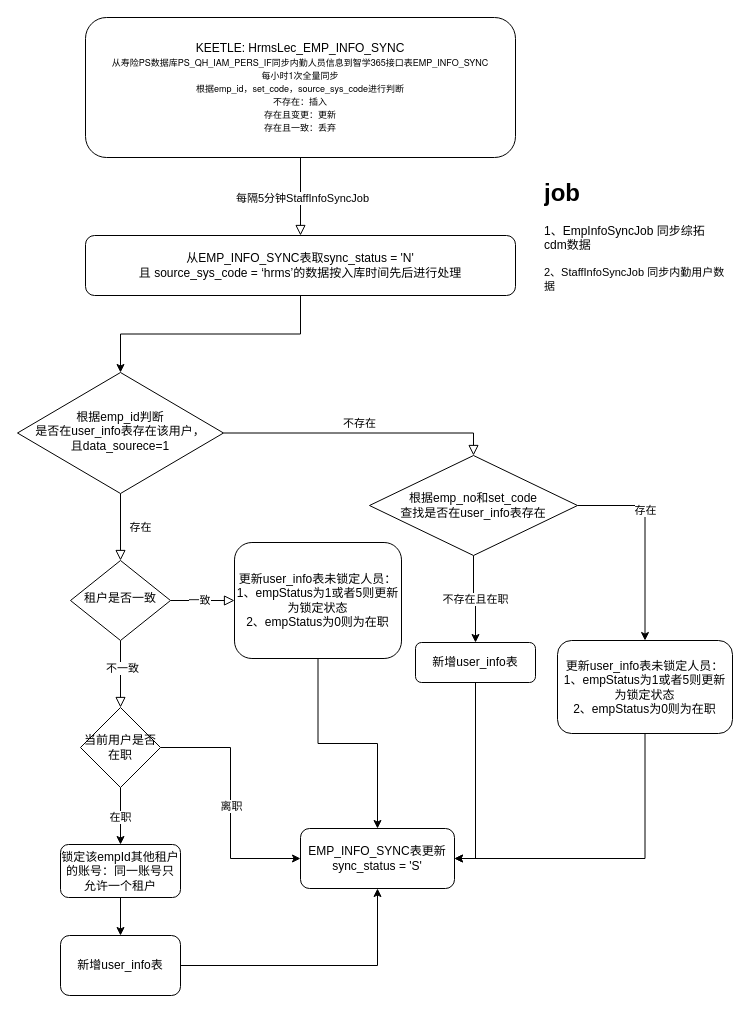
This is page "员工hrms同步流程" (1 of 2) of 人员信息同步.drawio from rainerpiao/cloud-computing, a draw.io file, before an edit. Source tidied: cells renumbered, new cells numbered last; positions are measured from the earlier drawing's top-left corner, leaving out a move shared by most shapes. Both pictures are drawn from the tidied source at 100%, with x=0, y=0 at pixel (17, 17).
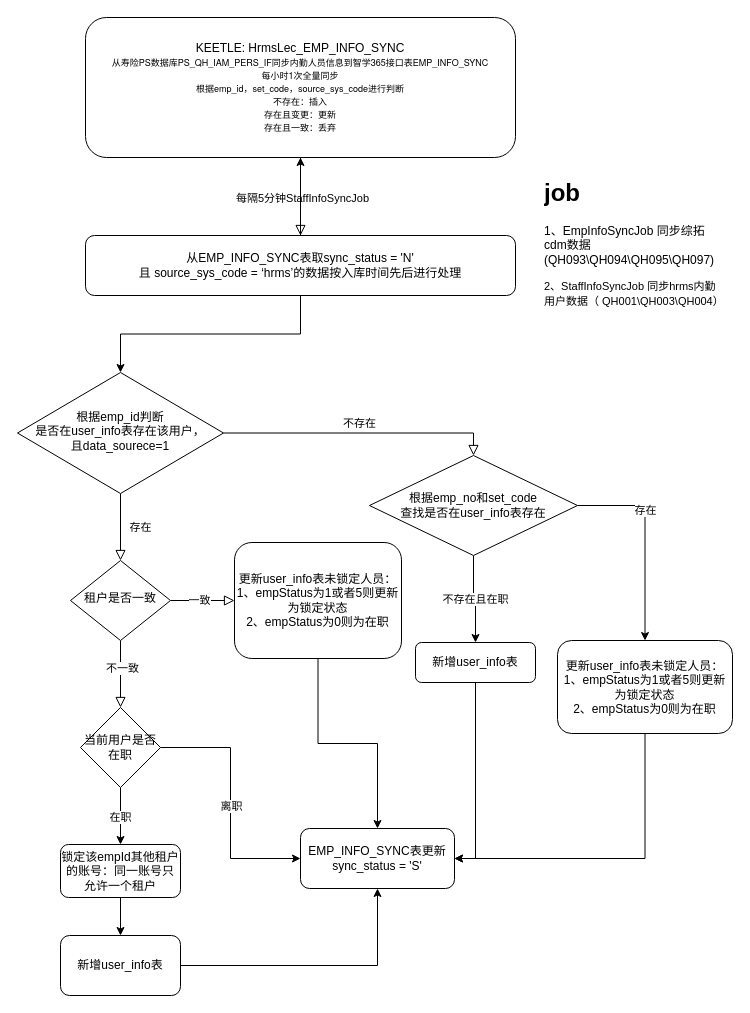
The same diagram, later.

Commit message:
Update 人员信息同步.drawio

Unchanged cells that the change refers to:
```xml
<mxCell id="4" value="KEETLE: HrmsLec_EMP_INFO_SYNC&lt;br&gt;&lt;p class=&quot;p1&quot; style=&quot;margin: 0px ; font-stretch: normal ; font-size: 9px ; line-height: normal ; font-family: &amp;#34;helvetica neue&amp;#34;&quot;&gt;从寿险PS数据库PS_QH_IAM_PERS_IF同步内勤人员信息到智学365接口表EMP_INFO_SYNC&lt;/p&gt;&lt;p class=&quot;p1&quot; style=&quot;margin: 0px ; font-stretch: normal ; font-size: 9px ; line-height: normal ; font-family: &amp;#34;helvetica neue&amp;#34;&quot;&gt;每小时1次全量同步&lt;/p&gt;&lt;p class=&quot;p1&quot; style=&quot;margin: 0px ; font-stretch: normal ; font-size: 9px ; line-height: normal ; font-family: &amp;#34;helvetica neue&amp;#34;&quot;&gt;根据emp_id，set_code，source_sys_code进行判断&lt;/p&gt;&lt;p class=&quot;p1&quot; style=&quot;margin: 0px ; font-stretch: normal ; font-size: 9px ; line-height: normal ; font-family: &amp;#34;helvetica neue&amp;#34;&quot;&gt;不存在：插入&lt;/p&gt;&lt;p class=&quot;p1&quot; style=&quot;margin: 0px ; font-stretch: normal ; font-size: 9px ; line-height: normal ; font-family: &amp;#34;helvetica neue&amp;#34;&quot;&gt;存在且变更：更新&lt;/p&gt;&lt;p class=&quot;p1&quot; style=&quot;margin: 0px ; font-stretch: normal ; font-size: 9px ; line-height: normal ; font-family: &amp;#34;helvetica neue&amp;#34;&quot;&gt;存在且一致：丢弃&lt;/p&gt;" style="rounded=1;whiteSpace=wrap;html=1;fontSize=12;glass=0;strokeWidth=1;shadow=0;" parent="1" vertex="1">
  <mxGeometry x="68" width="430" height="140" as="geometry" />
</mxCell>
<mxCell id="19" value="从EMP_INFO_SYNC表取sync_status = 'N' &lt;br&gt;且 source_sys_code = ‘hrms’的数据按入库时间先后进行处理" style="rounded=1;whiteSpace=wrap;html=1;" parent="1" vertex="1">
  <mxGeometry x="68" y="218" width="430" height="60" as="geometry" />
</mxCell>
```

The edit, as a diff of the source:
```diff
@@
+    <mxCell id="36" style="edgeStyle=orthogonalEdgeStyle;rounded=0;jettySize=auto;html=1;" parent="1" edge="1" source="19" target="4">
+      <mxGeometry relative="1" as="geometry" />
+    </mxCell>
@@
-    <mxCell id="35" value="&lt;h1&gt;job&lt;/h1&gt;&lt;p&gt;1、EmpInfoSyncJob 同步综拓cdm数据&lt;/p&gt;&lt;span style=&quot;font-size: 11px ; text-align: center ; background-color: rgb(255 , 255 , 255)&quot;&gt;2、StaffInfoSyncJob 同步内勤用户数据&lt;/span&gt;" style="text;html=1;strokeColor=none;fillColor=none;spacing=5;spacingTop=-20;whiteSpace=wrap;overflow=hidden;rounded=0;" parent="1" vertex="1">
+    <mxCell id="35" value="&lt;h1&gt;job&lt;/h1&gt;&lt;p&gt;1、EmpInfoSyncJob 同步综拓cdm数据(QH093\QH094\QH095\QH097)&lt;/p&gt;&lt;span style=&quot;font-size: 11px ; text-align: center ; background-color: rgb(255 , 255 , 255)&quot;&gt;2、StaffInfoSyncJob 同步hrms内勤用户数据（&lt;span style=&quot;white-space: pre&quot;&gt; &lt;/span&gt;QH001\QH003\QH004）&lt;/span&gt;" style="text;html=1;strokeColor=none;fillColor=none;spacing=5;spacingTop=-20;whiteSpace=wrap;overflow=hidden;rounded=0;" parent="1" vertex="1">
       <mxGeometry x="522" y="156" width="190" height="154" as="geometry" />
     </mxCell>
```
